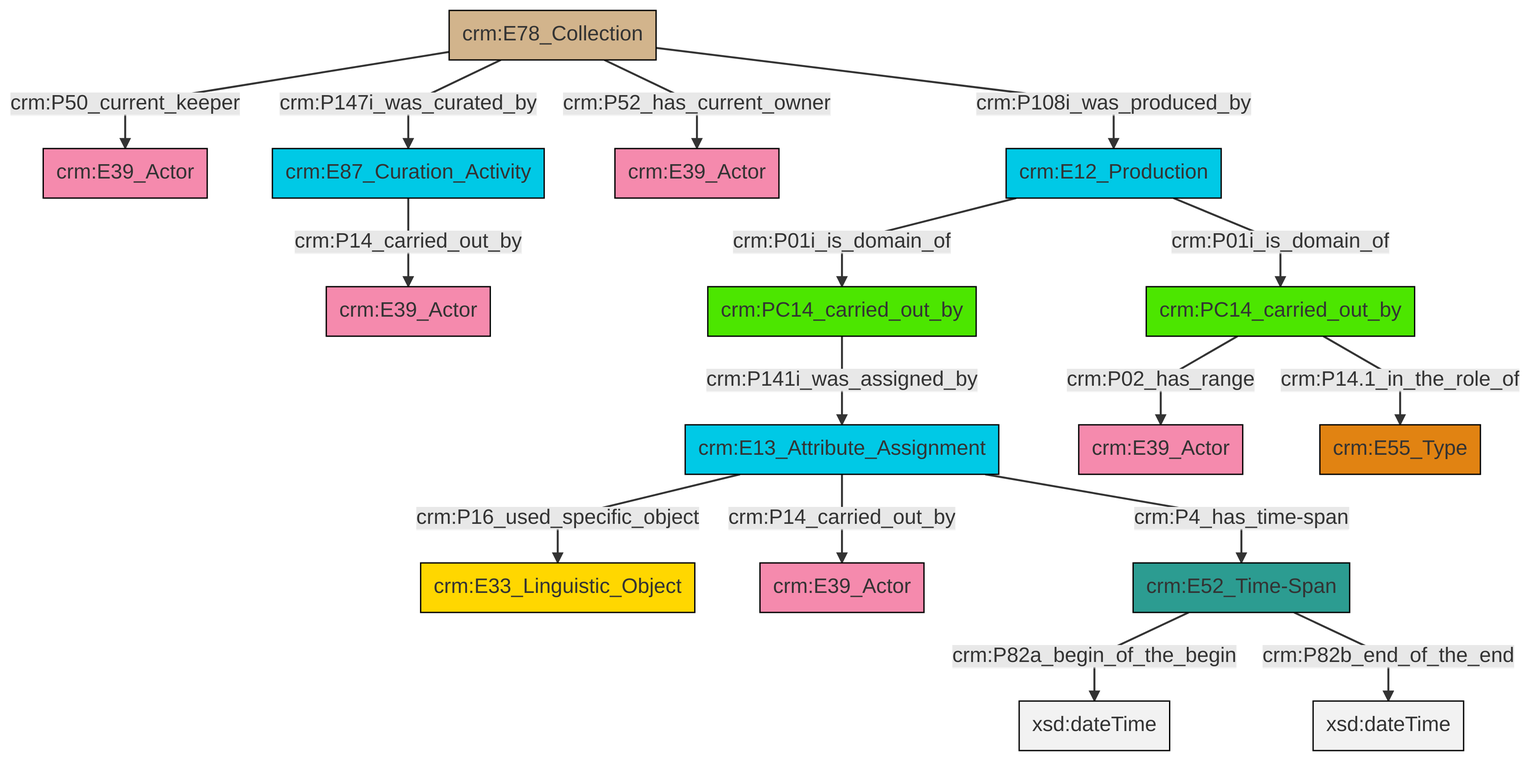
Earlier version of the Mermaid export et/archivalCSV/ttl/mmd/png/archival_relation.png (swiss-art-research-net/docs.swissartresearch). Its source is kept beside it as et/archivalCSV/ttl/mmd/archival_relation.ttl.mmd.
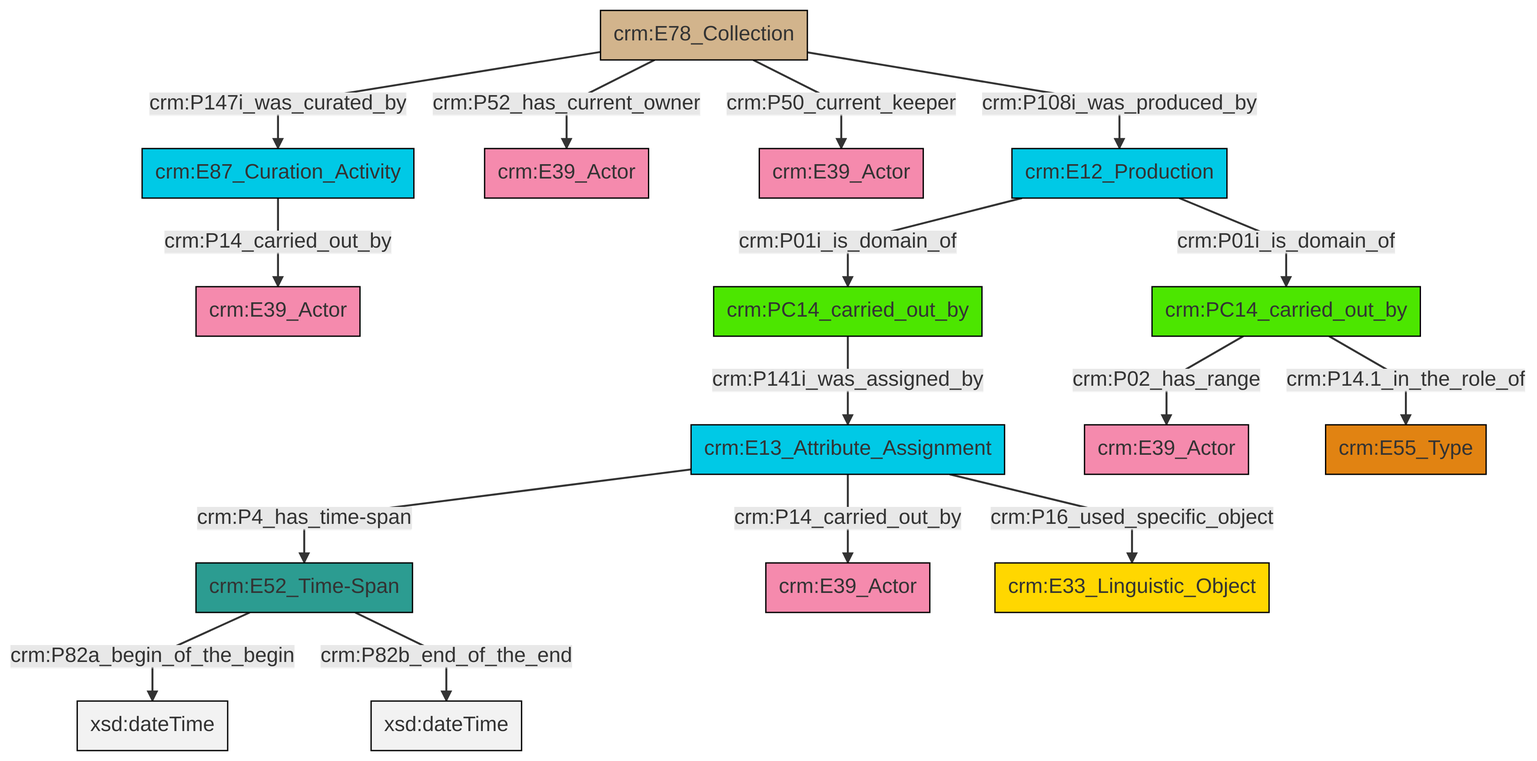
After the commit.

What changed in the source:
```diff
@@ -13,18 +13,18 @@
 classDef PC_Classes fill:#4ce600, stroke:#000000;
 classDef Multi fill:#cccccc,stroke:#000000;
 
-2["crm:E78_Collection"]:::Physical_Thing -->|crm:P50_current_keeper| 3["crm:E39_Actor"]:::Actor
-6["crm:PC14_carried_out_by"]:::PC_Classes -->|crm:P02_has_range| 7["crm:E39_Actor"]:::Actor
-8["crm:E52_Time-Span"]:::Time-Span -->|crm:P82a_begin_of_the_begin| 9[xsd:dateTime]:::Literal
-0["crm:E87_Curation_Activity"]:::Temporal_Entity -->|crm:P14_carried_out_by| 10["crm:E39_Actor"]:::Actor
-8["crm:E52_Time-Span"]:::Time-Span -->|crm:P82b_end_of_the_end| 11[xsd:dateTime]:::Literal
-12["crm:E12_Production"]:::Temporal_Entity -->|crm:P01i_is_domain_of| 13["crm:PC14_carried_out_by"]:::PC_Classes
-4["crm:E13_Attribute_Assignment"]:::Temporal_Entity -->|crm:P16_used_specific_object| 14["crm:E33_Linguistic_Object"]:::Conceptual_Object
-2["crm:E78_Collection"]:::Physical_Thing -->|crm:P147i_was_curated_by| 0["crm:E87_Curation_Activity"]:::Temporal_Entity
-4["crm:E13_Attribute_Assignment"]:::Temporal_Entity -->|crm:P14_carried_out_by| 19["crm:E39_Actor"]:::Actor
-2["crm:E78_Collection"]:::Physical_Thing -->|crm:P52_has_current_owner| 16["crm:E39_Actor"]:::Actor
-4["crm:E13_Attribute_Assignment"]:::Temporal_Entity -->|crm:P4_has_time-span| 8["crm:E52_Time-Span"]:::Time-Span
-2["crm:E78_Collection"]:::Physical_Thing -->|crm:P108i_was_produced_by| 12["crm:E12_Production"]:::Temporal_Entity
-12["crm:E12_Production"]:::Temporal_Entity -->|crm:P01i_is_domain_of| 6["crm:PC14_carried_out_by"]:::PC_Classes
-13["crm:PC14_carried_out_by"]:::PC_Classes -->|crm:P141i_was_assigned_by| 4["crm:E13_Attribute_Assignment"]:::Temporal_Entity
-6["crm:PC14_carried_out_by"]:::PC_Classes -->|crm:P14.1_in_the_role_of| 24["crm:E55_Type"]:::Type
+6["crm:E52_Time-Span"]:::Time-Span -->|crm:P82a_begin_of_the_begin| 7[xsd:dateTime]:::Literal
+6["crm:E52_Time-Span"]:::Time-Span -->|crm:P82b_end_of_the_end| 8[xsd:dateTime]:::Literal
+11["crm:E13_Attribute_Assignment"]:::Temporal_Entity -->|crm:P4_has_time-span| 6["crm:E52_Time-Span"]:::Time-Span
+11["crm:E13_Attribute_Assignment"]:::Temporal_Entity -->|crm:P14_carried_out_by| 9["crm:E39_Actor"]:::Actor
+20["crm:E12_Production"]:::Temporal_Entity -->|crm:P01i_is_domain_of| 4["crm:PC14_carried_out_by"]:::PC_Classes
+20["crm:E12_Production"]:::Temporal_Entity -->|crm:P01i_is_domain_of| 27["crm:PC14_carried_out_by"]:::PC_Classes
+11["crm:E13_Attribute_Assignment"]:::Temporal_Entity -->|crm:P16_used_specific_object| 24["crm:E33_Linguistic_Object"]:::Conceptual_Object
+4["crm:PC14_carried_out_by"]:::PC_Classes -->|crm:P141i_was_assigned_by| 11["crm:E13_Attribute_Assignment"]:::Temporal_Entity
+0["crm:E78_Collection"]:::Physical_Thing -->|crm:P147i_was_curated_by| 14["crm:E87_Curation_Activity"]:::Temporal_Entity
+0["crm:E78_Collection"]:::Physical_Thing -->|crm:P52_has_current_owner| 16["crm:E39_Actor"]:::Actor
+27["crm:PC14_carried_out_by"]:::PC_Classes -->|crm:P02_has_range| 2["crm:E39_Actor"]:::Actor
+0["crm:E78_Collection"]:::Physical_Thing -->|crm:P50_current_keeper| 21["crm:E39_Actor"]:::Actor
+0["crm:E78_Collection"]:::Physical_Thing -->|crm:P108i_was_produced_by| 20["crm:E12_Production"]:::Temporal_Entity
+14["crm:E87_Curation_Activity"]:::Temporal_Entity -->|crm:P14_carried_out_by| 18["crm:E39_Actor"]:::Actor
+27["crm:PC14_carried_out_by"]:::PC_Classes -->|crm:P14.1_in_the_role_of| 12["crm:E55_Type"]:::Type
```
